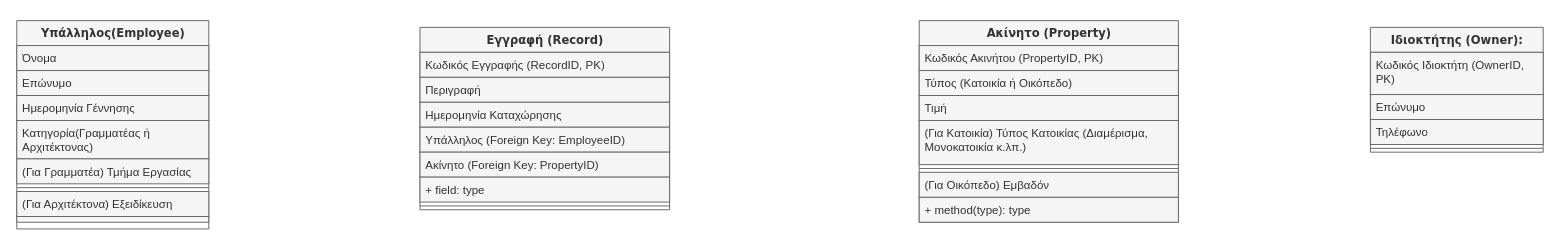
The draw.io diagram CN5000 – Βάσεις Δεδομένων.drawio in Arxonus/Programms, before the edit. Source tidied: cells renumbered, new cells numbered last; positions are measured from the earlier drawing's top-left corner, leaving out a move shared by most shapes. Both pictures are drawn from the tidied source at 96%, with x=0, y=0 at pixel (16, 20).
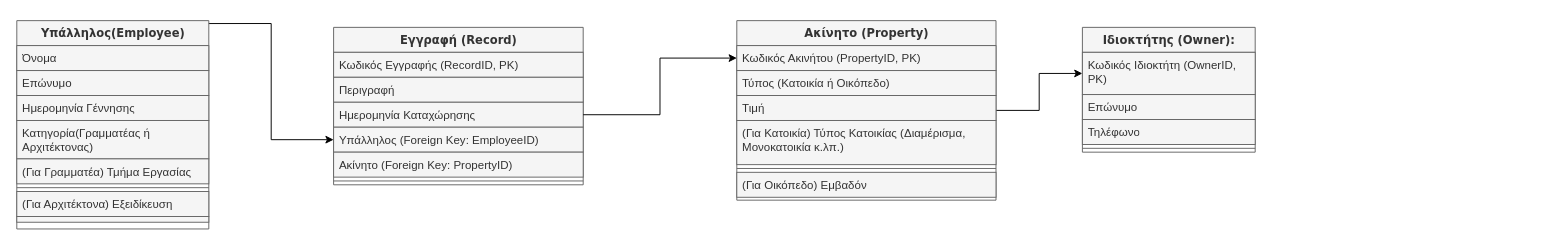
The same page after the edit.

The change refers to these unchanged cells:
```xml
<mxCell id="2" value="Υπάλληλος(Employee)" style="swimlane;html=1;fontStyle=1;align=center;verticalAlign=top;horizontal=1;startSize=26;swimlaneFillColor=#ffffff;rounded=0;shadow=0;comic=0;labelBackgroundColor=none;strokeWidth=1;fillColor=#f5f5f5;fontFamily=Verdana;fontSize=12;fontColor=#333333;strokeColor=#666666;" parent="1" vertex="1">
  <mxGeometry width="200" height="217" as="geometry" />
</mxCell>
<mxCell id="14" value="Ημερομηνία Καταχώρησης" style="text;html=1;strokeColor=#666666;fillColor=#f5f5f5;align=left;verticalAlign=top;spacingLeft=4;spacingRight=4;whiteSpace=wrap;overflow=hidden;points=[[0,0.5],[1,0.5]];portConstraint=eastwest;fontColor=#333333;" parent="11" vertex="1">
  <mxGeometry y="78" width="260" height="26" as="geometry" />
</mxCell>
<mxCell id="15" value="Υπάλληλος (Foreign Key: EmployeeID)" style="text;html=1;strokeColor=#666666;fillColor=#f5f5f5;align=left;verticalAlign=top;spacingLeft=4;spacingRight=4;whiteSpace=wrap;overflow=hidden;points=[[0,0.5],[1,0.5]];portConstraint=eastwest;fontColor=#333333;" parent="11" vertex="1">
  <mxGeometry y="104" width="260" height="26" as="geometry" />
</mxCell>
<mxCell id="20" value="Κωδικός Ακινήτου (PropertyID, PK)" style="text;html=1;strokeColor=#666666;fillColor=#f5f5f5;align=left;verticalAlign=top;spacingLeft=4;spacingRight=4;whiteSpace=wrap;overflow=hidden;points=[[0,0.5],[1,0.5]];portConstraint=eastwest;fontColor=#333333;" parent="19" vertex="1">
  <mxGeometry y="26" width="270" height="26" as="geometry" />
</mxCell>
<mxCell id="28" value="Κωδικός Ιδιοκτήτη (OwnerID, PK)" style="text;html=1;strokeColor=#666666;fillColor=#f5f5f5;align=left;verticalAlign=top;spacingLeft=4;spacingRight=4;whiteSpace=wrap;overflow=hidden;points=[[0,0.5],[1,0.5]];portConstraint=eastwest;fontColor=#333333;" parent="27" vertex="1">
  <mxGeometry y="26" width="180" height="44" as="geometry" />
</mxCell>
```

Diff of the diagram source:
```diff
@@
+    <mxCell id="32" style="edgeStyle=orthogonalEdgeStyle;rounded=0;jettySize=auto;html=1;exitX=0.945;exitY=0.014;exitDx=0;exitDy=0;exitPerimeter=0;" parent="1" edge="1" source="2" target="15">
+      <mxGeometry relative="1" as="geometry" />
+    </mxCell>
@@
     <mxCell id="11" value="Εγγραφή (Record)" style="swimlane;html=1;fontStyle=1;align=center;verticalAlign=top;horizontal=1;startSize=26;swimlaneFillColor=#ffffff;rounded=0;shadow=0;comic=0;labelBackgroundColor=none;strokeWidth=1;fillColor=#f5f5f5;fontFamily=Verdana;fontSize=12;fontColor=#333333;strokeColor=#666666;" parent="1" vertex="1">
-      <mxGeometry x="420" y="7" width="260" height="190" as="geometry" />
+      <mxGeometry x="330" y="7" width="260" height="164" as="geometry" />
     </mxCell>
@@
-    <mxCell id="17" value="+ field: type" style="text;html=1;strokeColor=#666666;fillColor=#f5f5f5;align=left;verticalAlign=top;spacingLeft=4;spacingRight=4;whiteSpace=wrap;overflow=hidden;fontColor=#333333;" parent="11" vertex="1">
-      <mxGeometry y="156" width="260" height="26" as="geometry" />
-    </mxCell>
     <mxCell id="18" style="line;html=1;strokeWidth=1;fillColor=#f5f5f5;align=left;verticalAlign=middle;spacingTop=-1;spacingLeft=3;spacingRight=3;labelPosition=right;fontColor=#333333;strokeColor=#666666;" parent="11" vertex="1">
-      <mxGeometry y="182" width="260" height="8" as="geometry" />
+      <mxGeometry y="156" width="260" height="8" as="geometry" />
     </mxCell>
+    <mxCell id="33" style="edgeStyle=orthogonalEdgeStyle;rounded=0;jettySize=auto;html=1;" parent="1" edge="1" source="19" target="28">
+      <mxGeometry relative="1" as="geometry" />
+    </mxCell>
     <mxCell id="19" value="Ακίνητο (Property)" style="swimlane;html=1;fontStyle=1;align=center;verticalAlign=top;horizontal=1;startSize=26;swimlaneFillColor=#ffffff;rounded=0;shadow=0;comic=0;labelBackgroundColor=none;strokeWidth=1;fillColor=#f5f5f5;fontFamily=Verdana;fontSize=12;fontColor=#333333;strokeColor=#666666;" parent="1" vertex="1">
-      <mxGeometry x="940" width="270" height="210" as="geometry" />
+      <mxGeometry x="750" width="270" height="187" as="geometry" />
     </mxCell>
@@
-    <mxCell id="26" value="+ method(type): type" style="text;html=1;strokeColor=#666666;fillColor=#f5f5f5;align=left;verticalAlign=top;spacingLeft=4;spacingRight=4;whiteSpace=wrap;overflow=hidden;fontColor=#333333;" parent="19" vertex="1">
-      <mxGeometry y="184" width="270" height="26" as="geometry" />
-    </mxCell>
     <mxCell id="27" value="Ιδιοκτήτης (Owner):" style="swimlane;html=1;fontStyle=1;align=center;verticalAlign=top;horizontal=1;startSize=26;swimlaneFillColor=#ffffff;rounded=0;shadow=0;comic=0;labelBackgroundColor=none;strokeWidth=1;fillColor=#f5f5f5;fontFamily=Verdana;fontSize=12;fontColor=#333333;strokeColor=#666666;" parent="1" vertex="1">
-      <mxGeometry x="1410" y="7" width="180" height="130" as="geometry" />
+      <mxGeometry x="1110" y="7" width="180" height="130" as="geometry" />
     </mxCell>
@@
+    <mxCell id="34" style="edgeStyle=orthogonalEdgeStyle;rounded=0;jettySize=auto;html=1;entryX=0;entryY=0.5;entryDx=0;entryDy=0;" parent="1" edge="1" source="14" target="20">
+      <mxGeometry relative="1" as="geometry" />
+    </mxCell>
```
